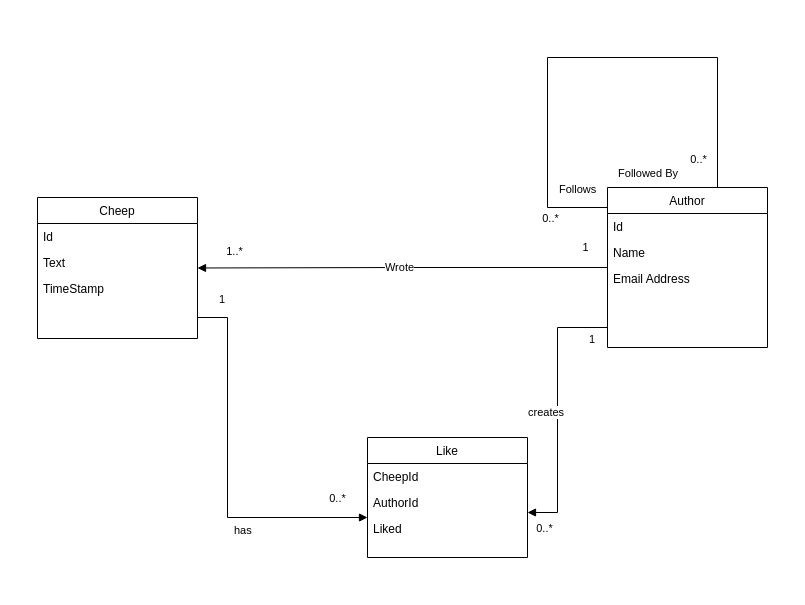
Above: docs/diagrams/ChirpDomain.drawio in ITU-BDSA23-GROUP21/Chirp (draw.io), before the change. Source tidied: cells renumbered, new cells numbered last; positions are measured from the earlier drawing's top-left corner, leaving out a move shared by most shapes. Both pictures are drawn from the tidied source at 100%, with x=0, y=0 at pixel (37, 57).
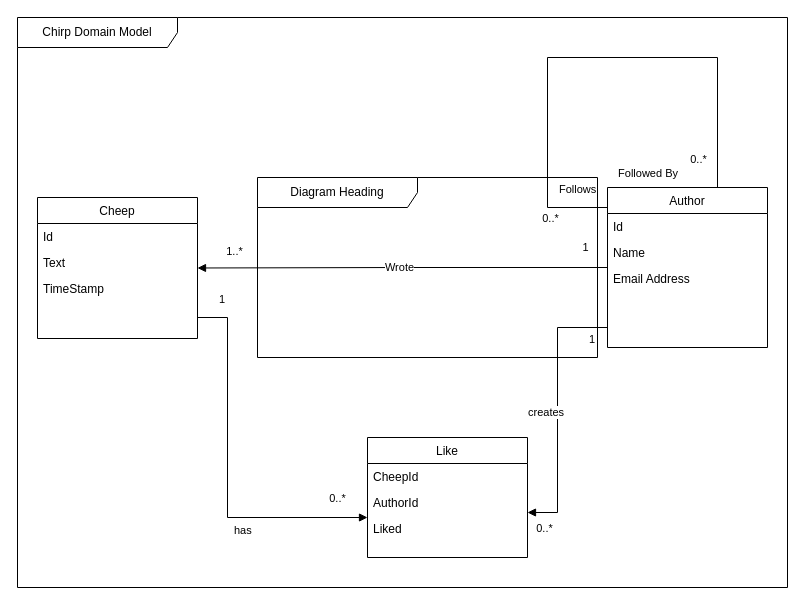
The same page after the edit.

Commit message (it also covers changes not shown here):
outer box in domain diagram

Change to the diagram source:
```diff
@@
+    <mxCell id="29" value="Diagram Heading" style="shape=umlFrame;whiteSpace=wrap;html=1;width=160;" parent="1" vertex="1">
+      <mxGeometry x="220" y="120" width="340" height="180" as="geometry" />
+    </mxCell>
+    <mxCell id="30" value="Chirp Domain Model" style="shape=umlFrame;whiteSpace=wrap;html=1;width=160;" parent="1" vertex="1">
+      <mxGeometry x="-20" y="-40" width="770" height="570" as="geometry" />
+    </mxCell>
```
